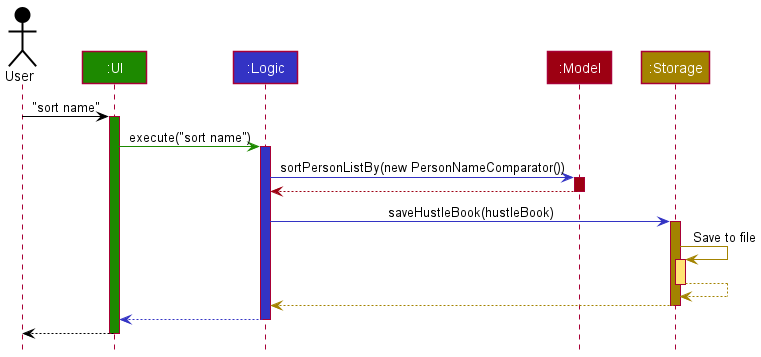
Earlier version of the PlantUML export docs/images/SortSequenceDiagram.png (nus-cs2103-AY2122S2/tp).
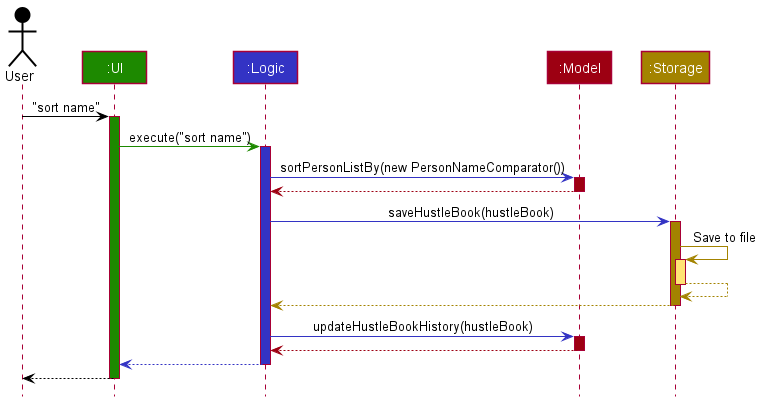
The same file after the commit.

Change to the diagram source:
```diff
@@ -24,11 +24,19 @@
 
 storage -[STORAGE_COLOR]> storage : Save to file
 activate storage STORAGE_COLOR_T1
+
 storage --[STORAGE_COLOR]> storage
 deactivate storage
 
 storage --[STORAGE_COLOR]> logic
 deactivate storage
+
+logic -[LOGIC_COLOR]> model : updateHustleBookHistory(hustleBook)
+activate model MODEL_COLOR
+
+model --[MODEL_COLOR]> logic
+deactivate model
+
 
 logic --[LOGIC_COLOR]> ui
 deactivate logic
```
